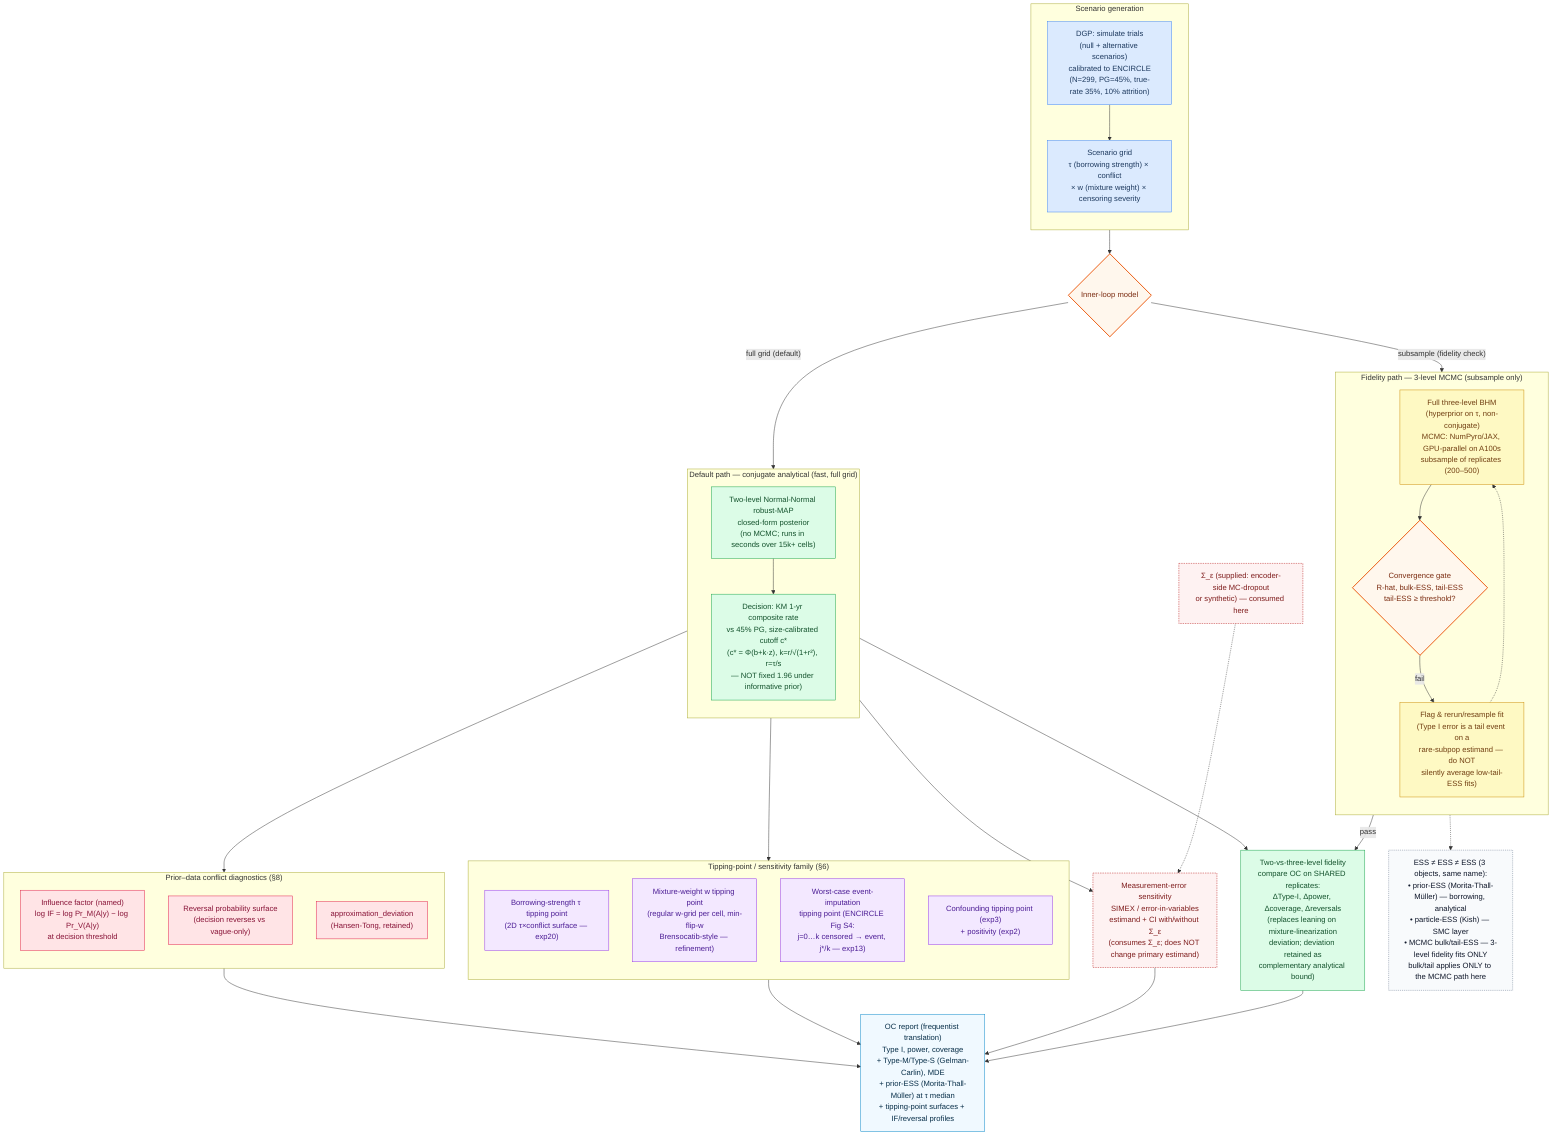
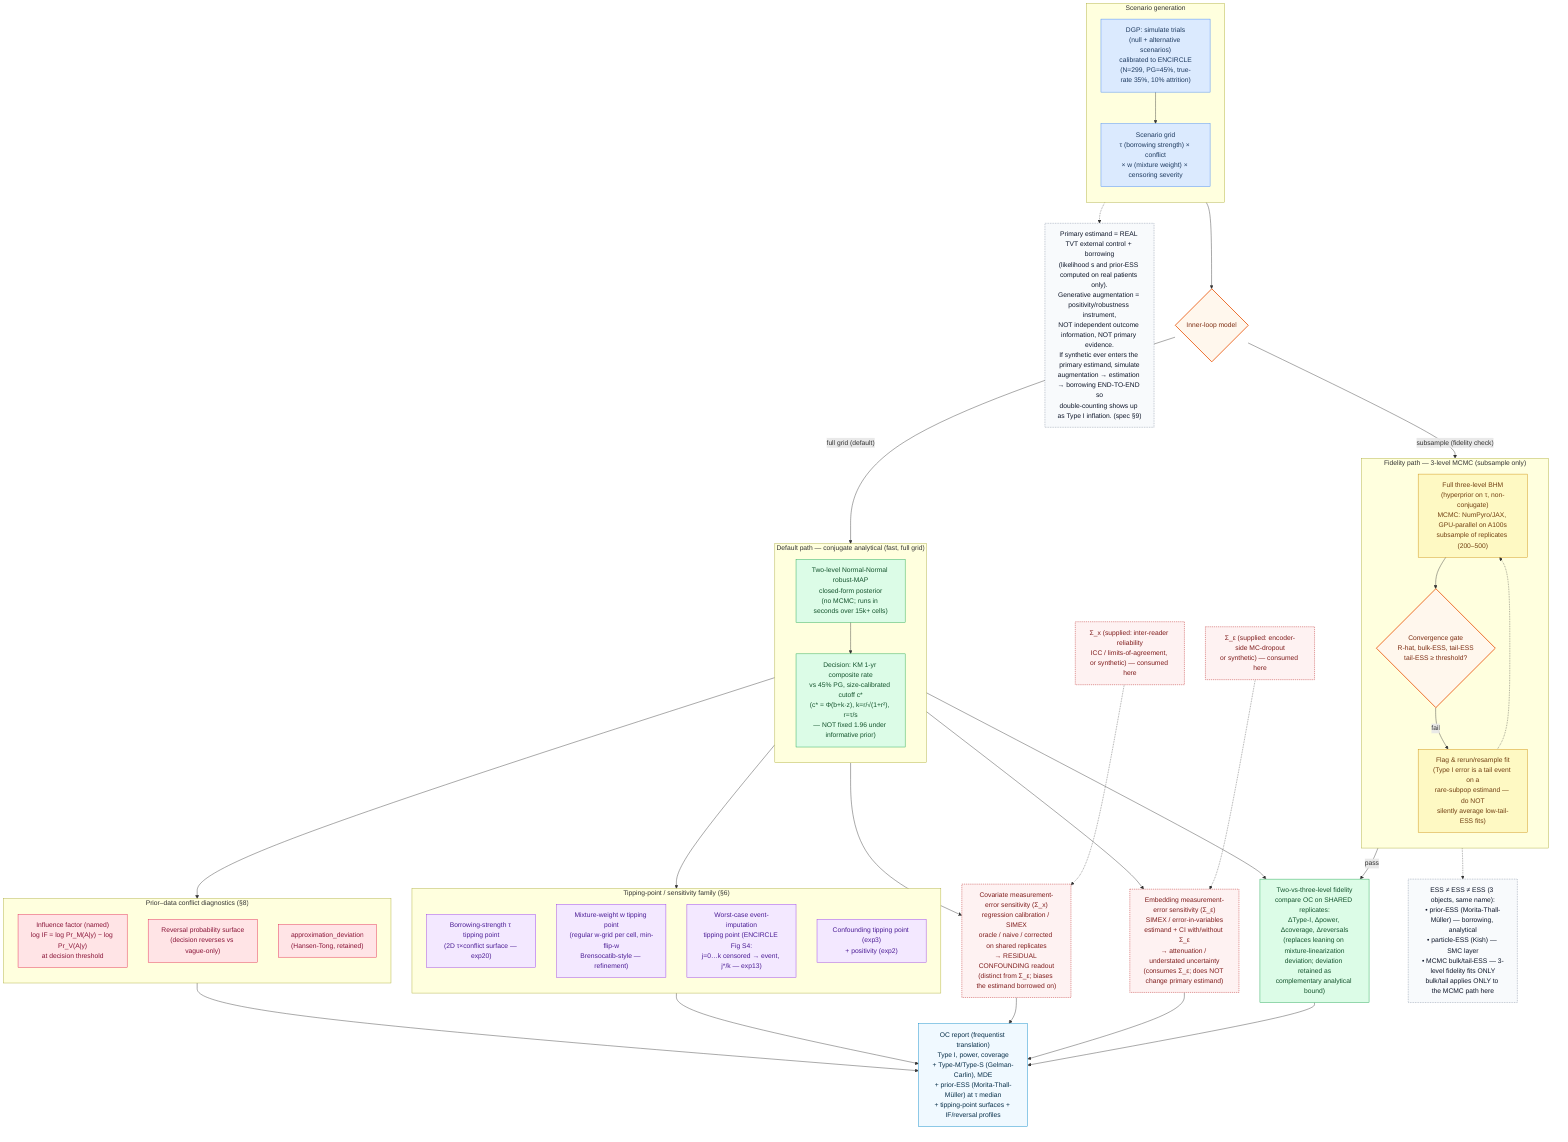
%% OC Simulation Pipeline — ENCIRCLE SCA borrowing layer
%% Corresponds to 2026-07-01-three-level-borrowing-design.md §6 (tipping-point/sensitivity) and §7 (OC + two-vs-three-level fidelity)
flowchart TD

    %% ---- Scenario generation ----
    subgraph GEN["Scenario generation"]
        direction TB
        DGP["DGP: simulate trials\n(null + alternative scenarios)\ncalibrated to ENCIRCLE\n(N=299, PG=45%, true-rate 35%, 10% attrition)"]
        GRID["Scenario grid\nτ (borrowing strength) × conflict\n× w (mixture weight) × censoring severity"]
        DGP --> GRID
    end
+ 
+     %% ---- Primary-estimand provenance note (spec §9) ----
+     PRIMNOTE["Primary estimand = REAL TVT external control + borrowing\n(likelihood s and prior-ESS computed on real patients only).\nGenerative augmentation = positivity/robustness instrument,\nNOT independent outcome information, NOT primary evidence.\nIf synthetic ever enters the primary estimand, simulate\naugmentation → estimation → borrowing END-TO-END so\ndouble-counting shows up as Type I inflation. (spec §9)"]
+     DGP -.-> PRIMNOTE

    %% ---- Inner analysis: the fork ----
    GRID --> FORK{"Inner-loop model"}

    subgraph FAST["Default path — conjugate analytical (fast, full grid)"]
        direction TB
        CONJ["Two-level Normal-Normal robust-MAP\nclosed-form posterior\n(no MCMC; runs in seconds over 15k+ cells)"]
        CONJDEC["Decision: KM 1-yr composite rate\nvs 45% PG, size-calibrated cutoff c*\n(c* = Φ(b+k·z), k=r/√(1+r²), r=τ/s\n— NOT fixed 1.96 under informative prior)"]
        CONJ --> CONJDEC
    end

    subgraph FID["Fidelity path — 3-level MCMC (subsample only)"]
        direction TB
        MCMC["Full three-level BHM\n(hyperprior on τ, non-conjugate)\nMCMC: NumPyro/JAX, GPU-parallel on A100s\nsubsample of replicates (200–500)"]
        TAILGATE{"Convergence gate\nR-hat, bulk-ESS, tail-ESS\ntail-ESS ≥ threshold?"}
        TAILFLAG["Flag & rerun/resample fit\n(Type I error is a tail event on a\nrare-subpop estimand — do NOT\nsilently average low-tail-ESS fits)"]
        MCMC --> TAILGATE
        TAILGATE -->|"fail"| TAILFLAG
        TAILFLAG -.-> MCMC
    end

    FORK -->|"full grid (default)"| CONJ
    FORK -->|"subsample (fidelity check)"| MCMC

    %% ---- Fidelity comparison ----
    CONJDEC --> FIDCMP["Two-vs-three-level fidelity\ncompare OC on SHARED replicates:\nΔType-I, Δpower, Δcoverage, Δreversals\n(replaces leaning on mixture-linearization\ndeviation; deviation retained as\ncomplementary analytical bound)"]
    TAILGATE -->|"pass"| FIDCMP

    %% ---- Tipping-point / sensitivity family (spec §6) ----
    subgraph TIP["Tipping-point / sensitivity family (§6)"]
        direction TB
        T1["Borrowing-strength τ tipping point\n(2D τ×conflict surface — exp20)"]
        T2["Mixture-weight w tipping point\n(regular w-grid per cell, min-flip-w\nBrensocatib-style — refinement)"]
        T3["Worst-case event-imputation\ntipping point (ENCIRCLE Fig S4:\nj=0…k censored → event, j*/k — exp13)"]
        T4["Confounding tipping point (exp3)\n+ positivity (exp2)"]
    end
    CONJDEC --> TIP

    %% ---- Conflict diagnostics (spec §8) ----
    subgraph CONF["Prior–data conflict diagnostics (§8)"]
        direction TB
        IF["Influence factor (named)\nlog IF = log Pr_M(A|y) − log Pr_V(A|y)\nat decision threshold"]
        REV["Reversal probability surface\n(decision reverses vs vague-only)"]
        DEV["approximation_deviation\n(Hansen-Tong, retained)"]
    end
    CONJDEC --> CONF

-     %% ---- Measurement-error sensitivity (spec §9, consumer slice) ----
+     %% ---- Measurement-error sensitivity — TWO distinct objects (spec §9, consumer slices) ----
    SIGEPS_IN["Σ_ε (supplied: encoder-side MC-dropout\nor synthetic) — consumed here"]
-     MESENS["Measurement-error sensitivity\nSIMEX / error-in-variables\nestimand + CI with/without Σ_ε\n(consumes Σ_ε; does NOT change primary estimand)"]
+     MESENS["Embedding measurement-error sensitivity (Σ_ε)\nSIMEX / error-in-variables\nestimand + CI with/without Σ_ε\n→ attenuation / understated uncertainty\n(consumes Σ_ε; does NOT change primary estimand)"]
+     SIGX_IN["Σ_x (supplied: inter-reader reliability\nICC / limits-of-agreement, or synthetic) — consumed here"]
+     COVME["Covariate measurement-error sensitivity (Σ_x)\nregression calibration / SIMEX\noracle / naive / corrected on shared replicates\n→ RESIDUAL CONFOUNDING readout\n(distinct from Σ_ε; biases the estimand borrowed on)"]
    SIGEPS_IN -.-> MESENS
+     SIGX_IN -.-> COVME
    CONJDEC --> MESENS
+     CONJDEC --> COVME

    %% ---- Outputs ----
    FIDCMP --> OUT["OC report (frequentist translation)\nType I, power, coverage\n+ Type-M/Type-S (Gelman-Carlin), MDE\n+ prior-ESS (Morita-Thall-Müller) at τ median\n+ tipping-point surfaces + IF/reversal profiles"]
    TIP --> OUT
    CONF --> OUT
    MESENS --> OUT
+     COVME --> OUT

    %% ---- ESS disambiguation note ----
    ESSNOTE["ESS ≠ ESS ≠ ESS (3 objects, same name):\n• prior-ESS (Morita-Thall-Müller) — borrowing, analytical\n• particle-ESS (Kish) — SMC layer\n• MCMC bulk/tail-ESS — 3-level fidelity fits ONLY\nbulk/tail applies ONLY to the MCMC path here"]
    TAILGATE -.-> ESSNOTE

    %% ---- Styling ----
    classDef gen fill:#dbeafe,stroke:#3b82f6,color:#1e3a5f
    classDef fast fill:#dcfce7,stroke:#16a34a,color:#14532d
    classDef fid fill:#fef9c3,stroke:#ca8a04,color:#713f12
    classDef tip fill:#f3e8ff,stroke:#9333ea,color:#4c1d95
    classDef conf fill:#ffe4e6,stroke:#e11d48,color:#881337
    classDef mesens fill:#fef2f2,stroke:#b91c1c,color:#7f1d1d,stroke-dasharray: 3 2
    classDef out fill:#f0f9ff,stroke:#0284c7,color:#082f49
    classDef note fill:#f8fafc,stroke:#64748b,color:#0f172a,stroke-dasharray: 2 2
    classDef gate fill:#fff7ed,stroke:#ea580c,color:#7c2d12,stroke-width:2px

    class DGP,GRID gen
    class CONJ,CONJDEC fast
    class MCMC,TAILFLAG fid
    class FORK,TAILGATE gate
    class T1,T2,T3,T4 tip
    class IF,REV,DEV conf
-     class MESENS,SIGEPS_IN mesens
+     class MESENS,SIGEPS_IN,COVME,SIGX_IN mesens
    class FIDCMP fast
    class OUT out
-     class ESSNOTE note
+     class ESSNOTE,PRIMNOTE note
